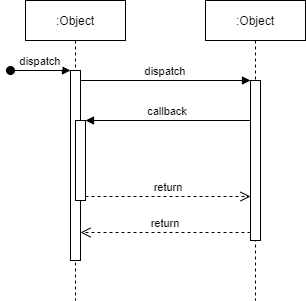
The draw.io diagram Deliverables/Week_3/Use_Case/Student/Sequence Diagrams/User_Maintenance.png in Hanandrof/Group-3-Repository, before a commit. Source tidied: cells renumbered, new cells last; positions are measured from the earlier drawing's top-left corner, leaving out a move shared by most shapes.
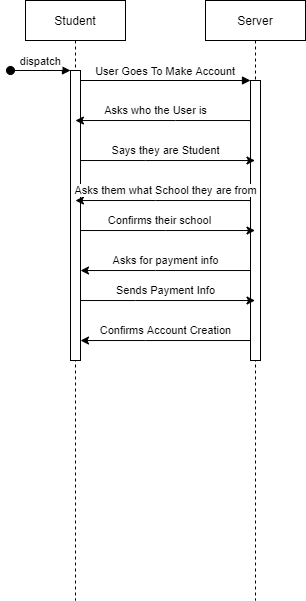
After the commit.

Diff of the diagram source:
```diff
@@ -2,37 +2,106 @@
   <root>
     <mxCell id="0" />
     <mxCell id="1" parent="0" />
-    <mxCell id="2" value=":Object" style="shape=umlLifeline;perimeter=lifelinePerimeter;rounded=0;shadow=0;strokeWidth=1;" parent="1" vertex="1">
-      <mxGeometry x="15" width="100" height="300" as="geometry" />
+    <mxCell id="2" value="Student" style="shape=umlLifeline;perimeter=lifelinePerimeter;rounded=0;shadow=0;strokeWidth=1;" parent="1" vertex="1">
+      <mxGeometry x="15" width="100" height="600" as="geometry" />
     </mxCell>
     <mxCell id="3" style="points=[];perimeter=orthogonalPerimeter;rounded=0;shadow=0;strokeWidth=1;" parent="2" vertex="1">
-      <mxGeometry x="45" y="70" width="10" height="190" as="geometry" />
+      <mxGeometry x="45" y="70" width="10" height="290" as="geometry" />
     </mxCell>
     <mxCell id="4" value="dispatch" style="verticalAlign=bottom;startArrow=oval;endArrow=block;startSize=8;shadow=0;strokeWidth=1;" parent="2" edge="1" target="3">
       <mxGeometry relative="1" as="geometry">
         <mxPoint x="-15" y="70" as="sourcePoint" />
       </mxGeometry>
     </mxCell>
-    <mxCell id="5" style="points=[];perimeter=orthogonalPerimeter;rounded=0;shadow=0;strokeWidth=1;" parent="2" vertex="1">
-      <mxGeometry x="50" y="120" width="10" height="80" as="geometry" />
-    </mxCell>
-    <mxCell id="6" value=":Object" style="shape=umlLifeline;perimeter=lifelinePerimeter;rounded=0;shadow=0;strokeWidth=1;" parent="1" vertex="1">
-      <mxGeometry x="195" width="100" height="300" as="geometry" />
+    <mxCell id="6" value="Server" style="shape=umlLifeline;perimeter=lifelinePerimeter;rounded=0;shadow=0;strokeWidth=1;" parent="1" vertex="1">
+      <mxGeometry x="195" width="100" height="600" as="geometry" />
     </mxCell>
     <mxCell id="7" style="points=[];perimeter=orthogonalPerimeter;rounded=0;shadow=0;strokeWidth=1;" parent="6" vertex="1">
-      <mxGeometry x="45" y="80" width="10" height="160" as="geometry" />
+      <mxGeometry x="45" y="80" width="10" height="280" as="geometry" />
     </mxCell>
-    <mxCell id="8" value="return" style="verticalAlign=bottom;endArrow=open;dashed=1;endSize=8;exitX=0;exitY=0.95;shadow=0;strokeWidth=1;" parent="1" edge="1" source="7" target="3">
-      <mxGeometry relative="1" as="geometry" />
-    </mxCell>
-    <mxCell id="9" value="dispatch" style="verticalAlign=bottom;endArrow=block;entryX=0;entryY=0;shadow=0;strokeWidth=1;" parent="1" edge="1" source="3" target="7">
+    <mxCell id="9" value="User Goes To Make Account" style="verticalAlign=bottom;endArrow=block;entryX=0;entryY=0;shadow=0;strokeWidth=1;" parent="1" edge="1" source="3" target="7">
       <mxGeometry relative="1" as="geometry" />
     </mxCell>
-    <mxCell id="10" value="callback" style="verticalAlign=bottom;endArrow=block;entryX=1;entryY=0;shadow=0;strokeWidth=1;" parent="1" edge="1" source="7" target="5">
-      <mxGeometry relative="1" as="geometry" />
-    </mxCell>
-    <mxCell id="11" value="return" style="verticalAlign=bottom;endArrow=open;dashed=1;endSize=8;exitX=1;exitY=0.95;shadow=0;strokeWidth=1;" parent="1" edge="1" source="5" target="7">
-      <mxGeometry relative="1" as="geometry" />
-    </mxCell>
+    <mxCell id="12" value="Asks who the User is" style="edgeStyle=orthogonalEdgeStyle;rounded=0;jettySize=auto;html=1;" parent="1" edge="1" source="7" target="2">
+      <mxGeometry x="0.09" y="-10" relative="1" as="geometry">
+        <Array as="points">
+          <mxPoint x="165" y="120" />
+          <mxPoint x="165" y="120" />
+        </Array>
+      </mxGeometry>
+    </mxCell>
+    <mxCell id="13" style="edgeStyle=orthogonalEdgeStyle;rounded=0;jettySize=auto;html=1;" parent="1" edge="1" source="3" target="6">
+      <mxGeometry relative="1" as="geometry">
+        <Array as="points">
+          <mxPoint x="135" y="160" />
+          <mxPoint x="135" y="160" />
+        </Array>
+      </mxGeometry>
+    </mxCell>
+    <mxCell id="14" value="Says they are Student" style="edgeLabel;html=1;align=center;verticalAlign=middle;" parent="13" vertex="1">
+      <mxGeometry x="-0.07" y="-1" relative="1" as="geometry">
+        <mxPoint x="3.9" y="-11" as="offset" />
+      </mxGeometry>
+    </mxCell>
+    <mxCell id="15" value="Asks them what School they are from" style="edgeStyle=orthogonalEdgeStyle;rounded=0;jettySize=auto;html=1;" parent="1" edge="1" source="7" target="2">
+      <mxGeometry x="-0.03" y="-10" relative="1" as="geometry">
+        <Array as="points">
+          <mxPoint x="145" y="200" />
+          <mxPoint x="145" y="200" />
+        </Array>
+      </mxGeometry>
+    </mxCell>
+    <mxCell id="16" style="edgeStyle=orthogonalEdgeStyle;rounded=0;jettySize=auto;html=1;" parent="1" edge="1" source="3" target="6">
+      <mxGeometry relative="1" as="geometry">
+        <Array as="points">
+          <mxPoint x="155" y="230" />
+          <mxPoint x="155" y="230" />
+        </Array>
+      </mxGeometry>
+    </mxCell>
+    <mxCell id="17" value="Confirms their school" style="edgeLabel;html=1;align=center;verticalAlign=middle;" parent="16" vertex="1">
+      <mxGeometry x="-0.1" y="2" relative="1" as="geometry">
+        <mxPoint y="-8" as="offset" />
+      </mxGeometry>
+    </mxCell>
+    <mxCell id="18" style="edgeStyle=orthogonalEdgeStyle;rounded=0;jettySize=auto;html=1;" parent="1" edge="1" source="7" target="3">
+      <mxGeometry relative="1" as="geometry">
+        <Array as="points">
+          <mxPoint x="145" y="270" />
+          <mxPoint x="145" y="270" />
+        </Array>
+      </mxGeometry>
+    </mxCell>
+    <mxCell id="19" value="Asks for payment info" style="edgeLabel;html=1;align=center;verticalAlign=middle;" parent="18" vertex="1">
+      <mxGeometry x="0.12" y="1" relative="1" as="geometry">
+        <mxPoint x="9.9" y="-11" as="offset" />
+      </mxGeometry>
+    </mxCell>
+    <mxCell id="20" style="edgeStyle=orthogonalEdgeStyle;rounded=0;jettySize=auto;html=1;" parent="1" edge="1" source="3" target="6">
+      <mxGeometry relative="1" as="geometry">
+        <Array as="points">
+          <mxPoint x="125" y="300" />
+          <mxPoint x="125" y="300" />
+        </Array>
+      </mxGeometry>
+    </mxCell>
+    <mxCell id="21" value="Sends Payment Info" style="edgeLabel;html=1;align=center;verticalAlign=middle;" parent="20" vertex="1">
+      <mxGeometry x="-0.08" relative="1" as="geometry">
+        <mxPoint x="5" y="-10" as="offset" />
+      </mxGeometry>
+    </mxCell>
+    <mxCell id="22" style="edgeStyle=orthogonalEdgeStyle;rounded=0;jettySize=auto;html=1;" parent="1" edge="1" source="7" target="3">
+      <mxGeometry relative="1" as="geometry">
+        <Array as="points">
+          <mxPoint x="135" y="340" />
+          <mxPoint x="135" y="340" />
+        </Array>
+      </mxGeometry>
+    </mxCell>
+    <mxCell id="23" value="Confirms Account Creation" style="edgeLabel;html=1;align=center;verticalAlign=middle;" parent="22" vertex="1">
+      <mxGeometry x="0.17" relative="1" as="geometry">
+        <mxPoint x="14.4" y="-10" as="offset" />
+      </mxGeometry>
+    </mxCell>
   </root>
 </mxGraphModel>
```
